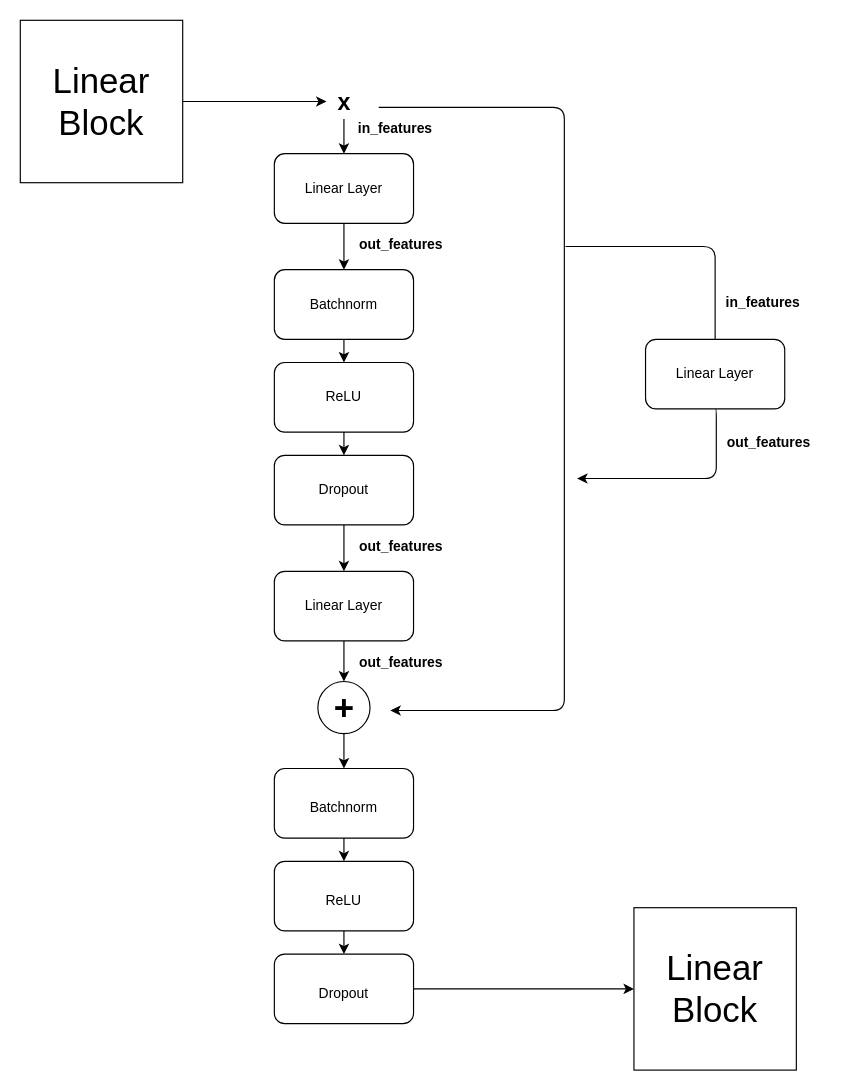
Before: term-paper/images/mlp_architecture.drawio in joel-beck/airbnb-oslo, a draw.io diagram. Source tidied: cells renumbered, new cells numbered last; positions are measured from the earlier drawing's top-left corner, leaving out a move shared by most shapes. Both pictures are drawn from the tidied source at 116%, with x=0, y=0 at pixel (20, 20).
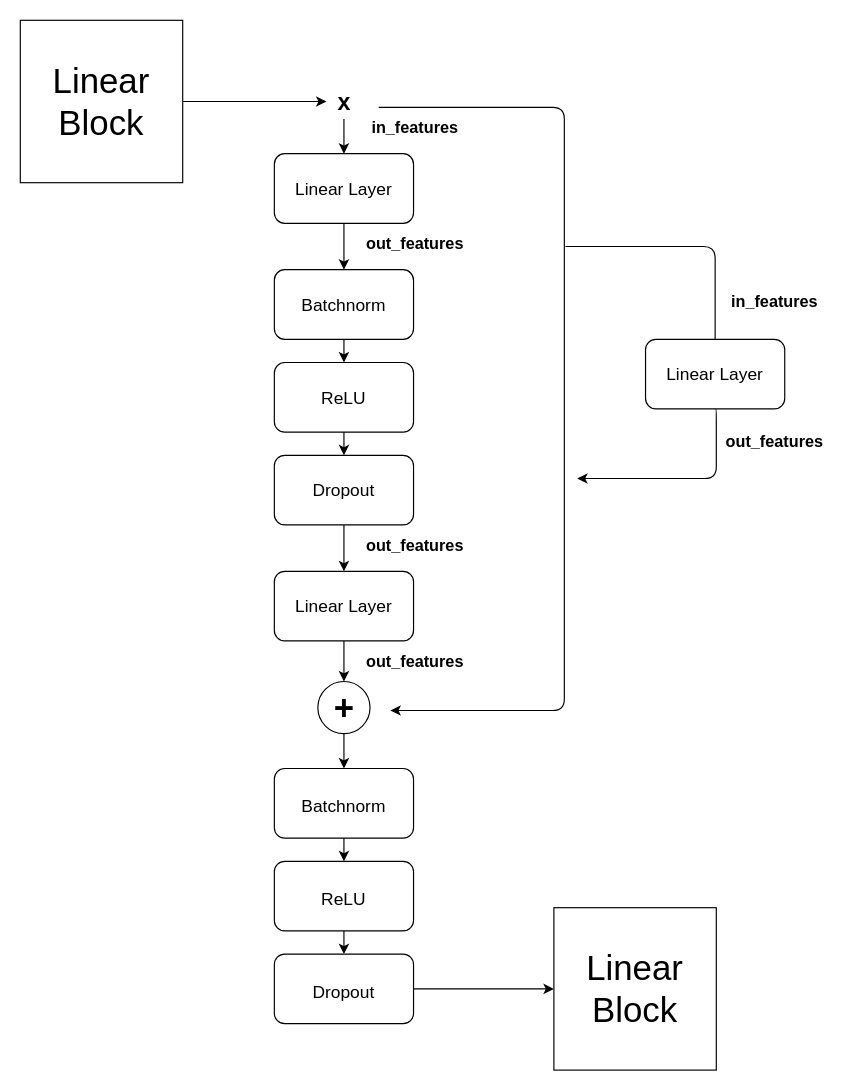
After the change.

Diff of the diagram source:
```diff
@@
-    <mxCell id="3" value="Linear Layer" style="rounded=1;whiteSpace=wrap;html=1;" parent="1" vertex="1">
+    <mxCell id="3" value="&lt;font style=&quot;font-size: 15px&quot;&gt;Linear Layer&lt;/font&gt;" style="rounded=1;whiteSpace=wrap;html=1;" parent="1" vertex="1">
       <mxGeometry x="219" y="115" width="120" height="60" as="geometry" />
     </mxCell>
@@
-    <mxCell id="5" value="Batchnorm" style="rounded=1;whiteSpace=wrap;html=1;" parent="1" vertex="1">
+    <mxCell id="5" value="&lt;font style=&quot;font-size: 15px&quot;&gt;Batchnorm&lt;/font&gt;" style="rounded=1;whiteSpace=wrap;html=1;" parent="1" vertex="1">
       <mxGeometry x="219" y="215" width="120" height="60" as="geometry" />
     </mxCell>
@@
-    <mxCell id="9" value="ReLU" style="whiteSpace=wrap;html=1;rounded=1;" parent="1" vertex="1">
+    <mxCell id="9" value="&lt;font style=&quot;font-size: 15px&quot;&gt;ReLU&lt;/font&gt;" style="whiteSpace=wrap;html=1;rounded=1;" parent="1" vertex="1">
       <mxGeometry x="219" y="295" width="120" height="60" as="geometry" />
     </mxCell>
@@
-    <mxCell id="11" value="Dropout" style="whiteSpace=wrap;html=1;rounded=1;" parent="1" vertex="1">
+    <mxCell id="11" value="&lt;font style=&quot;font-size: 15px&quot;&gt;Dropout&lt;/font&gt;" style="whiteSpace=wrap;html=1;rounded=1;" parent="1" vertex="1">
       <mxGeometry x="219" y="375" width="120" height="60" as="geometry" />
     </mxCell>
@@
-    <mxCell id="13" value="Linear Layer" style="whiteSpace=wrap;html=1;rounded=1;" parent="1" vertex="1">
+    <mxCell id="13" value="&lt;font style=&quot;font-size: 15px&quot;&gt;Linear Layer&lt;/font&gt;" style="whiteSpace=wrap;html=1;rounded=1;" parent="1" vertex="1">
       <mxGeometry x="219" y="475" width="120" height="60" as="geometry" />
     </mxCell>
@@
-    <mxCell id="18" value="&lt;span style=&quot;font-size: 12px&quot;&gt;Batchnorm&lt;/span&gt;" style="rounded=1;whiteSpace=wrap;html=1;fontSize=20;" parent="1" vertex="1">
+    <mxCell id="18" value="&lt;font style=&quot;font-size: 15px&quot;&gt;Batchnorm&lt;/font&gt;" style="rounded=1;whiteSpace=wrap;html=1;fontSize=20;" parent="1" vertex="1">
       <mxGeometry x="219" y="645" width="120" height="60" as="geometry" />
     </mxCell>
@@
-    <mxCell id="20" value="&lt;span style=&quot;font-size: 12px&quot;&gt;ReLU&lt;/span&gt;" style="whiteSpace=wrap;html=1;fontSize=20;rounded=1;" parent="1" vertex="1">
+    <mxCell id="20" value="&lt;font style=&quot;font-size: 15px&quot;&gt;ReLU&lt;/font&gt;" style="whiteSpace=wrap;html=1;fontSize=20;rounded=1;" parent="1" vertex="1">
       <mxGeometry x="219" y="725" width="120" height="60" as="geometry" />
     </mxCell>
@@
-    <mxCell id="22" value="&lt;span style=&quot;font-size: 12px&quot;&gt;Dropout&lt;/span&gt;" style="whiteSpace=wrap;html=1;fontSize=20;rounded=1;" parent="1" vertex="1">
+    <mxCell id="22" value="&lt;font style=&quot;font-size: 15px&quot;&gt;Dropout&lt;/font&gt;" style="whiteSpace=wrap;html=1;fontSize=20;rounded=1;" parent="1" vertex="1">
       <mxGeometry x="219" y="805" width="120" height="60" as="geometry" />
     </mxCell>
-    <mxCell id="23" value="&lt;b&gt;&lt;font style=&quot;font-size: 12px&quot;&gt;in_features&lt;/font&gt;&lt;/b&gt;" style="text;html=1;align=center;verticalAlign=middle;fillColor=none;strokeColor=none;rounded=0;fontSize=20;" parent="1" vertex="1">
-      <mxGeometry x="283" y="75" width="80" height="30" as="geometry" />
+    <mxCell id="23" value="&lt;b&gt;&lt;font style=&quot;font-size: 14px&quot;&gt;in_features&lt;/font&gt;&lt;/b&gt;" style="text;html=1;align=center;verticalAlign=middle;fillColor=none;strokeColor=none;rounded=0;fontSize=20;" parent="1" vertex="1">
+      <mxGeometry x="295" y="75" width="90" height="30" as="geometry" />
     </mxCell>
-    <mxCell id="24" value="&lt;b&gt;&lt;font style=&quot;font-size: 12px&quot;&gt;out_features&lt;/font&gt;&lt;/b&gt;" style="text;html=1;align=center;verticalAlign=middle;fillColor=none;strokeColor=none;rounded=0;fontSize=20;" parent="1" vertex="1">
-      <mxGeometry x="283" y="175" width="90" height="30" as="geometry" />
+    <mxCell id="24" value="&lt;b&gt;&lt;font style=&quot;font-size: 14px&quot;&gt;out_features&lt;/font&gt;&lt;/b&gt;" style="text;html=1;align=center;verticalAlign=middle;fillColor=none;strokeColor=none;rounded=0;fontSize=20;" parent="1" vertex="1">
+      <mxGeometry x="290" y="175" width="100" height="30" as="geometry" />
     </mxCell>
-    <mxCell id="25" value="&lt;b&gt;&lt;font style=&quot;font-size: 12px&quot;&gt;out_features&lt;/font&gt;&lt;/b&gt;" style="text;html=1;align=center;verticalAlign=middle;fillColor=none;strokeColor=none;rounded=0;fontSize=20;" parent="1" vertex="1">
-      <mxGeometry x="283" y="535" width="90" height="30" as="geometry" />
+    <mxCell id="25" value="&lt;b&gt;&lt;font style=&quot;font-size: 14px&quot;&gt;out_features&lt;/font&gt;&lt;/b&gt;" style="text;html=1;align=center;verticalAlign=middle;fillColor=none;strokeColor=none;rounded=0;fontSize=20;" parent="1" vertex="1">
+      <mxGeometry x="290" y="535" width="100" height="30" as="geometry" />
     </mxCell>
-    <mxCell id="26" value="&lt;b&gt;&lt;font style=&quot;font-size: 12px&quot;&gt;out_features&lt;/font&gt;&lt;/b&gt;" style="text;html=1;align=center;verticalAlign=middle;fillColor=none;strokeColor=none;rounded=0;fontSize=20;" parent="1" vertex="1">
-      <mxGeometry x="283" y="435" width="90" height="30" as="geometry" />
+    <mxCell id="26" value="&lt;b&gt;&lt;font style=&quot;font-size: 14px&quot;&gt;out_features&lt;/font&gt;&lt;/b&gt;" style="text;html=1;align=center;verticalAlign=middle;fillColor=none;strokeColor=none;rounded=0;fontSize=20;" parent="1" vertex="1">
+      <mxGeometry x="290" y="435" width="100" height="30" as="geometry" />
     </mxCell>
-    <mxCell id="27" value="&lt;b&gt;&lt;font style=&quot;font-size: 12px&quot;&gt;in_features&lt;/font&gt;&lt;/b&gt;" style="text;html=1;align=center;verticalAlign=middle;fillColor=none;strokeColor=none;rounded=0;fontSize=20;" parent="1" vertex="1">
-      <mxGeometry x="600" y="225" width="80" height="30" as="geometry" />
+    <mxCell id="27" value="&lt;b&gt;&lt;font style=&quot;font-size: 14px&quot;&gt;in_features&lt;/font&gt;&lt;/b&gt;" style="text;html=1;align=center;verticalAlign=middle;fillColor=none;strokeColor=none;rounded=0;fontSize=20;" parent="1" vertex="1">
+      <mxGeometry x="605" y="225" width="90" height="30" as="geometry" />
     </mxCell>
-    <mxCell id="28" value="&lt;b&gt;&lt;font style=&quot;font-size: 12px&quot;&gt;out_features&lt;/font&gt;&lt;/b&gt;" style="text;html=1;align=center;verticalAlign=middle;fillColor=none;strokeColor=none;rounded=0;fontSize=20;" parent="1" vertex="1">
-      <mxGeometry x="600" y="345" width="90" height="30" as="geometry" />
+    <mxCell id="28" value="&lt;b&gt;&lt;font style=&quot;font-size: 14px&quot;&gt;out_features&lt;/font&gt;&lt;/b&gt;" style="text;html=1;align=center;verticalAlign=middle;fillColor=none;strokeColor=none;rounded=0;fontSize=20;" parent="1" vertex="1">
+      <mxGeometry x="600" y="345" width="100" height="30" as="geometry" />
     </mxCell>
@@
     <mxCell id="31" value="&lt;span style=&quot;font-size: 30px&quot;&gt;Linear Block&lt;/span&gt;" style="whiteSpace=wrap;html=1;" parent="1" vertex="1">
-      <mxGeometry x="529" y="765" width="140" height="140" as="geometry" />
+      <mxGeometry x="460" y="765" width="140" height="140" as="geometry" />
     </mxCell>
@@
-    <mxCell id="34" value="Linear Layer" style="rounded=1;whiteSpace=wrap;html=1;" parent="1" vertex="1">
+    <mxCell id="34" value="&lt;font style=&quot;font-size: 15px&quot;&gt;Linear Layer&lt;/font&gt;" style="rounded=1;whiteSpace=wrap;html=1;" parent="1" vertex="1">
       <mxGeometry x="539" y="275" width="120" height="60" as="geometry" />
     </mxCell>
```
